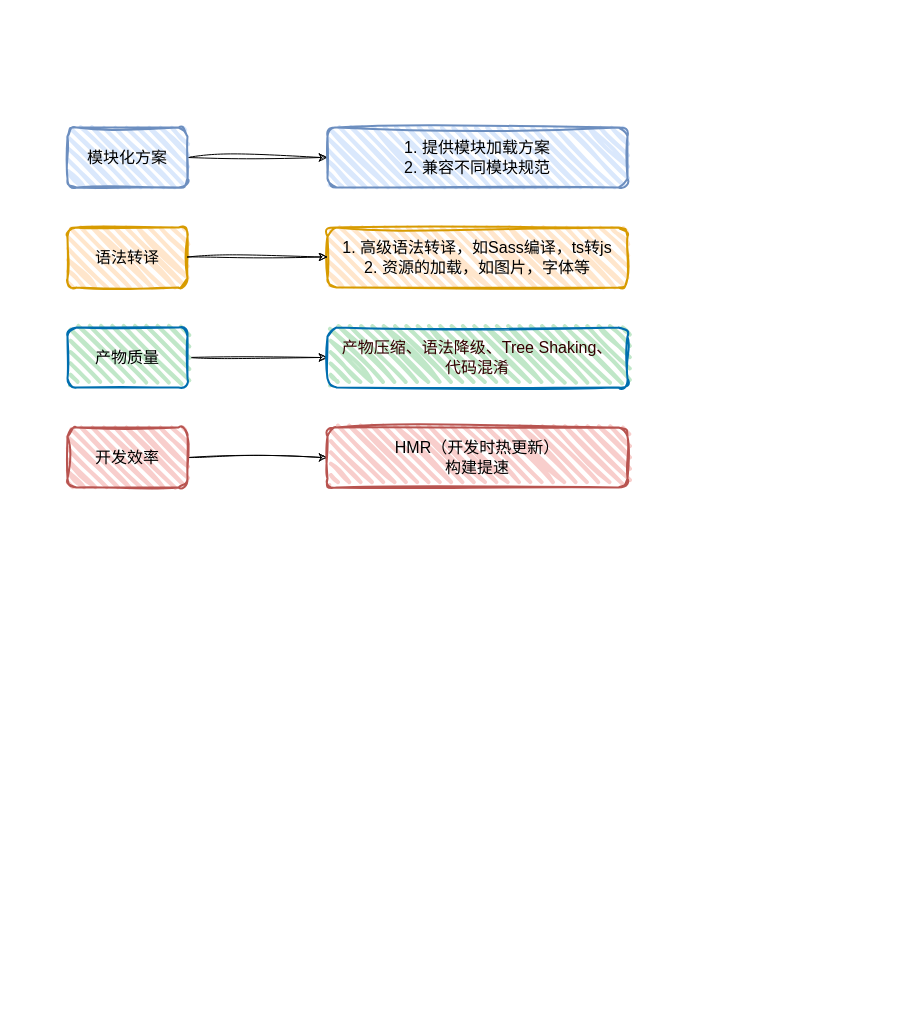
boyfeiyu/docspack-chart keeps this draw.io diagram as 毕业设计.drawio. Above is the earlier version. Source tidied: cells renumbered, new cells numbered last; positions are measured from the earlier drawing's top-left corner, leaving out a move shared by most shapes. Both pictures are drawn from the tidied source at 100%, with x=0, y=0 at pixel (67, 127).
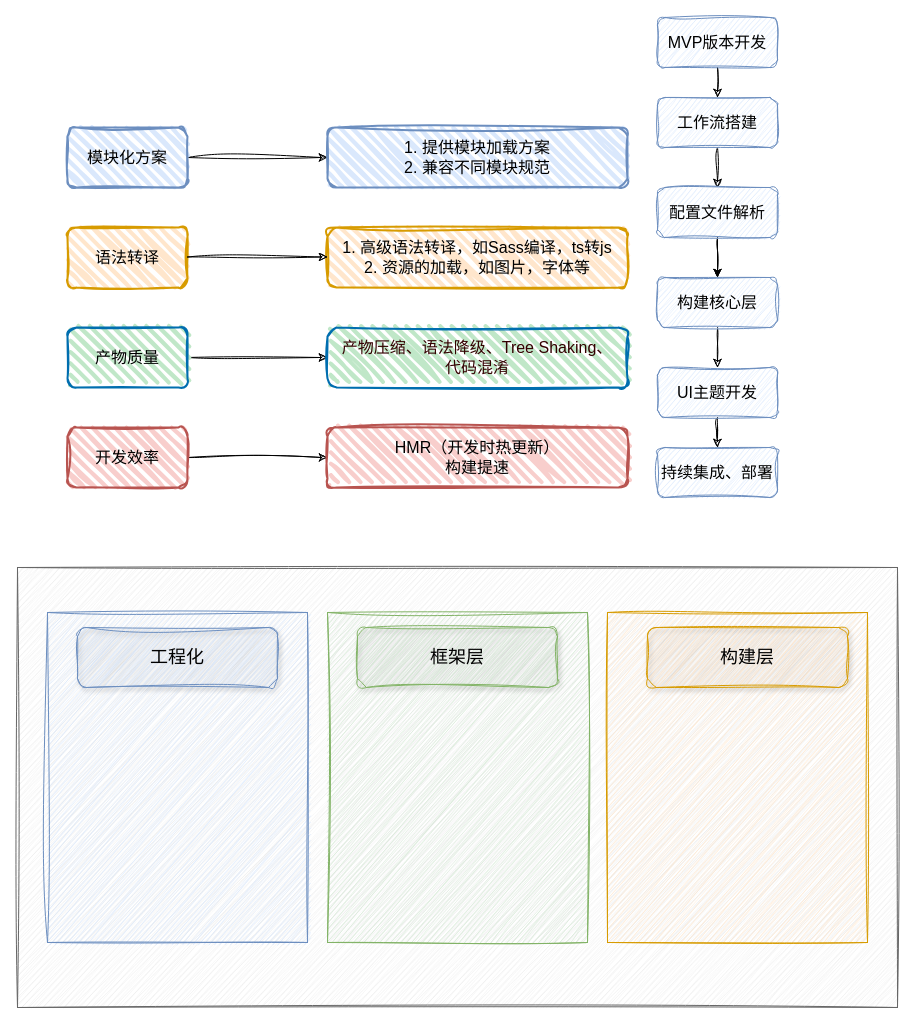
Above is the later version.

Commit message:
更新毕业设计.drawio

The edit, as a diff of the source:
```diff
@@
+    <mxCell id="14" style="edgeStyle=orthogonalEdgeStyle;rounded=0;jettySize=auto;html=1;exitX=0.5;exitY=1;exitDx=0;exitDy=0;entryX=0.5;entryY=0;entryDx=0;entryDy=0;sketch=1;curveFitting=1;jiggle=2;" parent="1" edge="1" source="15" target="17">
+      <mxGeometry relative="1" as="geometry" />
+    </mxCell>
+    <mxCell id="15" value="&lt;font style=&quot;font-size: 16px;&quot;&gt;MVP版本开发&lt;/font&gt;" style="rounded=1;whiteSpace=wrap;html=1;fillColor=#dae8fc;strokeColor=#6c8ebf;sketch=1;curveFitting=1;jiggle=2;" parent="1" vertex="1">
+      <mxGeometry x="590" y="-110" width="120" height="50" as="geometry" />
+    </mxCell>
+    <mxCell id="16" style="edgeStyle=orthogonalEdgeStyle;rounded=0;jettySize=auto;html=1;sketch=1;curveFitting=1;jiggle=2;" parent="1" edge="1" source="17" target="20">
+      <mxGeometry relative="1" as="geometry" />
+    </mxCell>
+    <mxCell id="17" value="&lt;font style=&quot;font-size: 16px;&quot;&gt;工作流搭建&lt;/font&gt;" style="rounded=1;whiteSpace=wrap;html=1;fillColor=#dae8fc;strokeColor=#6c8ebf;sketch=1;curveFitting=1;jiggle=2;" parent="1" vertex="1">
+      <mxGeometry x="590" y="-30" width="120" height="50" as="geometry" />
+    </mxCell>
+    <mxCell id="18" style="edgeStyle=orthogonalEdgeStyle;rounded=0;jettySize=auto;html=1;" parent="1" edge="1" source="20" target="22">
+      <mxGeometry relative="1" as="geometry" />
+    </mxCell>
+    <mxCell id="19" style="edgeStyle=orthogonalEdgeStyle;rounded=0;jettySize=auto;html=1;sketch=1;curveFitting=1;jiggle=2;" parent="1" edge="1" source="20" target="22">
+      <mxGeometry relative="1" as="geometry" />
+    </mxCell>
+    <mxCell id="20" value="&lt;span style=&quot;font-size: 16px;&quot;&gt;配置文件解析&lt;/span&gt;" style="rounded=1;whiteSpace=wrap;html=1;fillColor=#dae8fc;strokeColor=#6c8ebf;sketch=1;curveFitting=1;jiggle=2;" parent="1" vertex="1">
+      <mxGeometry x="590" y="60" width="120" height="50" as="geometry" />
+    </mxCell>
+    <mxCell id="21" style="edgeStyle=orthogonalEdgeStyle;rounded=0;jettySize=auto;html=1;sketch=1;curveFitting=1;jiggle=2;" parent="1" edge="1" source="22" target="24">
+      <mxGeometry relative="1" as="geometry" />
+    </mxCell>
+    <mxCell id="22" value="&lt;font style=&quot;font-size: 16px;&quot;&gt;构建核心层&lt;/font&gt;" style="rounded=1;whiteSpace=wrap;html=1;fillColor=#dae8fc;strokeColor=#6c8ebf;sketch=1;curveFitting=1;jiggle=2;" parent="1" vertex="1">
+      <mxGeometry x="590" y="150" width="120" height="50" as="geometry" />
+    </mxCell>
+    <mxCell id="23" style="edgeStyle=orthogonalEdgeStyle;rounded=0;jettySize=auto;html=1;sketch=1;curveFitting=1;jiggle=2;" parent="1" edge="1" source="24" target="25">
+      <mxGeometry relative="1" as="geometry" />
+    </mxCell>
+    <mxCell id="24" value="&lt;font style=&quot;font-size: 16px;&quot;&gt;UI主题开发&lt;/font&gt;" style="rounded=1;whiteSpace=wrap;html=1;fillColor=#dae8fc;strokeColor=#6c8ebf;sketch=1;curveFitting=1;jiggle=2;" parent="1" vertex="1">
+      <mxGeometry x="590" y="240" width="120" height="50" as="geometry" />
+    </mxCell>
+    <mxCell id="25" value="&lt;span style=&quot;font-size: 16px;&quot;&gt;持续集成、部署&lt;/span&gt;" style="rounded=1;whiteSpace=wrap;html=1;fillColor=#dae8fc;strokeColor=#6c8ebf;sketch=1;curveFitting=1;jiggle=2;" parent="1" vertex="1">
+      <mxGeometry x="590" y="320" width="120" height="50" as="geometry" />
+    </mxCell>
+    <mxCell id="26" style="verticalLabelPosition=bottom;verticalAlign=top;html=1;shape=mxgraph.basic.patternFillRect;fillStyle=diag;step=5;fillStrokeWidth=0.2;fillStrokeColor=#dddddd;sketch=1;curveFitting=1;jiggle=2;fillColor=#f5f5f5;fontColor=#333333;strokeColor=#666666;shadow=0;" parent="1" vertex="1">
+      <mxGeometry x="-50" y="440" width="880" height="440" as="geometry" />
+    </mxCell>
+    <mxCell id="27" style="verticalLabelPosition=bottom;verticalAlign=top;html=1;shape=mxgraph.basic.patternFillRect;fillStyle=diag;step=5;fillStrokeWidth=0.2;fillStrokeColor=#dddddd;fillColor=#dae8fc;strokeColor=#6c8ebf;sketch=1;curveFitting=1;jiggle=2;" parent="1" vertex="1">
+      <mxGeometry x="-20" y="485" width="260" height="330" as="geometry" />
+    </mxCell>
+    <mxCell id="28" style="verticalLabelPosition=bottom;verticalAlign=top;html=1;shape=mxgraph.basic.patternFillRect;fillStyle=diag;step=5;fillStrokeWidth=0.2;fillStrokeColor=#dddddd;fillColor=#ffe6cc;strokeColor=#d79b00;sketch=1;curveFitting=1;jiggle=2;" parent="1" vertex="1">
+      <mxGeometry x="540" y="485" width="260" height="330" as="geometry" />
+    </mxCell>
+    <mxCell id="29" style="verticalLabelPosition=bottom;verticalAlign=top;html=1;shape=mxgraph.basic.patternFillRect;fillStyle=diag;step=5;fillStrokeWidth=0.2;fillStrokeColor=#dddddd;fillColor=#d5e8d4;strokeColor=#82b366;sketch=1;curveFitting=1;jiggle=2;" parent="1" vertex="1">
+      <mxGeometry x="260" y="485" width="260" height="330" as="geometry" />
+    </mxCell>
+    <mxCell id="30" value="&lt;font style=&quot;font-size: 18px;&quot;&gt;框架层&lt;/font&gt;" style="rounded=1;whiteSpace=wrap;html=1;fillColor=#d5e8d4;strokeColor=#82b366;sketch=1;curveFitting=1;jiggle=2;shadow=1;" parent="1" vertex="1">
+      <mxGeometry x="290" y="500" width="200" height="60" as="geometry" />
+    </mxCell>
+    <mxCell id="31" value="&lt;font face=&quot;Helvetica&quot; style=&quot;font-size: 18px;&quot;&gt;工程化&lt;/font&gt;" style="rounded=1;whiteSpace=wrap;html=1;glass=0;fillColor=#dae8fc;strokeColor=#6c8ebf;sketch=1;curveFitting=1;jiggle=2;shadow=1;" parent="1" vertex="1">
+      <mxGeometry x="10" y="500" width="200" height="60" as="geometry" />
+    </mxCell>
+    <mxCell id="32" value="&lt;font style=&quot;font-size: 18px;&quot;&gt;构建层&lt;/font&gt;" style="rounded=1;whiteSpace=wrap;html=1;fillColor=#ffe6cc;strokeColor=#d79b00;sketch=1;curveFitting=1;jiggle=2;shadow=1;" parent="1" vertex="1">
+      <mxGeometry x="580" y="500" width="200" height="60" as="geometry" />
+    </mxCell>
```
